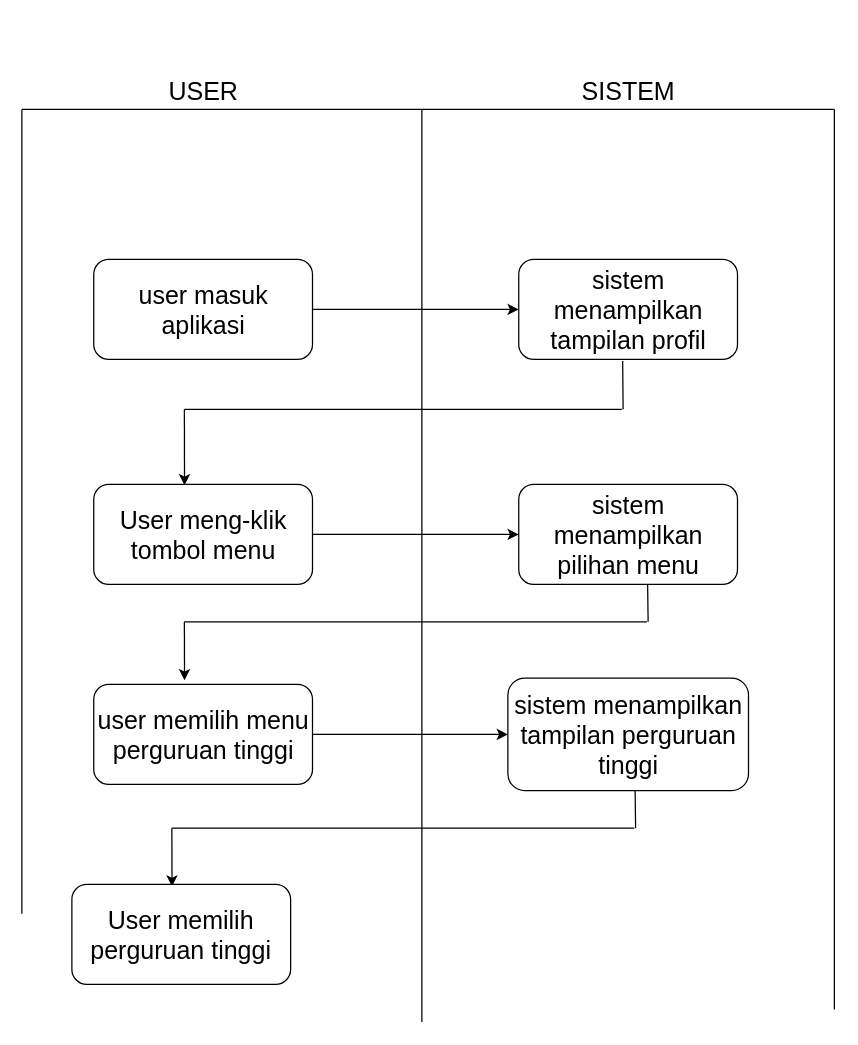
Before: flowchart Diagram.drawio in dickisepto/Latihan-GIT, a draw.io diagram. Source tidied: cells renumbered, new cells numbered last; positions are measured from the earlier drawing's top-left corner, leaving out a move shared by most shapes. Both pictures are drawn from the tidied source at 125%, with x=0, y=0 at pixel (21, 71).
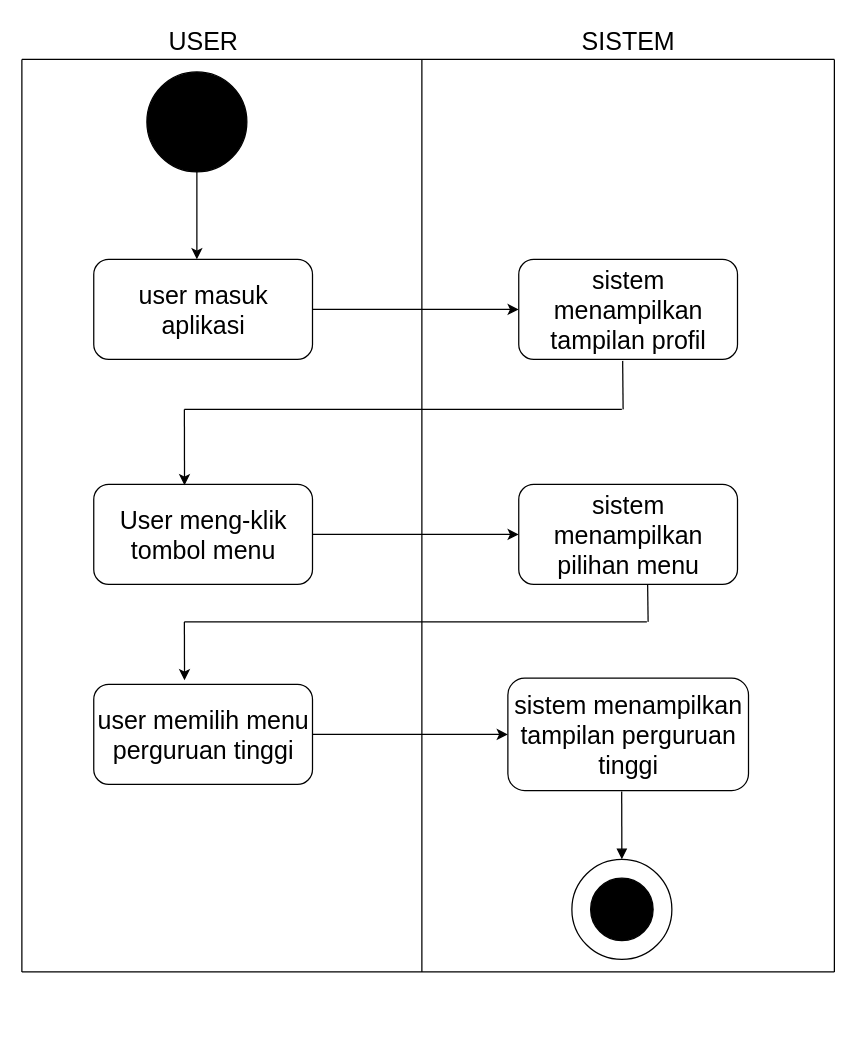
The same diagram, later.

The change refers to these unchanged cells:
```xml
<mxCell id="16" value="sistem menampilkan tampilan perguruan tinggi" style="rounded=1;whiteSpace=wrap;html=1;fontSize=20;" parent="1" vertex="1">
  <mxGeometry x="388.8" y="485" width="192.5" height="90" as="geometry" />
</mxCell>
```

What changed in the source:
```diff
@@
+    <mxCell id="27" style="ellipse;whiteSpace=wrap;html=1;fillColor=#FFFFFF;" parent="1" vertex="1">
+      <mxGeometry x="440" y="630" width="80" height="80" as="geometry" />
+    </mxCell>
     <mxCell id="2" style="endArrow=none;html=1;rounded=0;" parent="1" edge="1">
       <mxGeometry relative="1" as="geometry">
-        <mxPoint y="30" as="sourcePoint" />
-        <mxPoint x="650" y="30" as="targetPoint" />
+        <mxPoint y="-10" as="sourcePoint" />
+        <mxPoint x="650" y="-10" as="targetPoint" />
       </mxGeometry>
     </mxCell>
     <mxCell id="3" value="SISTEM" style="text;html=1;align=center;verticalAlign=middle;strokeColor=none;fillColor=none;fontSize=20;" parent="1" vertex="1">
-      <mxGeometry x="440" width="90" height="30" as="geometry" />
+      <mxGeometry x="440" y="-40" width="90" height="30" as="geometry" />
     </mxCell>
     <mxCell id="4" value="&lt;font style=&quot;font-size: 20px&quot;&gt;USER&lt;/font&gt;" style="text;html=1;align=center;verticalAlign=middle;strokeColor=none;fillColor=none;fontSize=13;" parent="1" vertex="1">
-      <mxGeometry x="110" y="5" width="70" height="20" as="geometry" />
+      <mxGeometry x="110" y="-35" width="70" height="20" as="geometry" />
     </mxCell>
     <mxCell id="5" style="endArrow=none;html=1;rounded=0;fontSize=20;" parent="1" edge="1">
       <mxGeometry relative="1" as="geometry">
-        <mxPoint y="673.5" as="sourcePoint" />
-        <mxPoint y="30" as="targetPoint" />
+        <mxPoint y="720" as="sourcePoint" />
+        <mxPoint y="-10" as="targetPoint" />
       </mxGeometry>
     </mxCell>
     <mxCell id="6" style="endArrow=none;html=1;rounded=0;fontSize=20;" parent="1" edge="1">
       <mxGeometry relative="1" as="geometry">
-        <mxPoint x="320" y="760" as="sourcePoint" />
-        <mxPoint x="320" y="30" as="targetPoint" />
+        <mxPoint x="320" y="720" as="sourcePoint" />
+        <mxPoint x="320" y="-10" as="targetPoint" />
       </mxGeometry>
     </mxCell>
     <mxCell id="7" style="endArrow=none;html=1;rounded=0;fontSize=20;" parent="1" edge="1">
       <mxGeometry relative="1" as="geometry">
-        <mxPoint x="650" y="750" as="sourcePoint" />
-        <mxPoint x="650" y="30" as="targetPoint" />
+        <mxPoint x="650" y="720" as="sourcePoint" />
+        <mxPoint x="650" y="-10" as="targetPoint" />
       </mxGeometry>
     </mxCell>
@@
-    <mxCell id="23" style="endArrow=none;html=1;rounded=0;fontSize=20;entryX=0.475;entryY=1.015;entryDx=0;entryDy=0;entryPerimeter=0;" parent="1" edge="1">
-      <mxGeometry relative="1" as="geometry">
-        <mxPoint x="491" y="605" as="sourcePoint" />
-        <mxPoint x="490.6" y="575" as="targetPoint" />
-      </mxGeometry>
-    </mxCell>
-    <mxCell id="24" style="endArrow=none;html=1;rounded=0;fontSize=20;" parent="1" edge="1">
-      <mxGeometry relative="1" as="geometry">
-        <mxPoint x="120" y="605" as="sourcePoint" />
-        <mxPoint x="490" y="605" as="targetPoint" />
-      </mxGeometry>
-    </mxCell>
-    <mxCell id="25" style="endArrow=classic;html=1;rounded=0;fontSize=20;entryX=0.415;entryY=-0.041;entryDx=0;entryDy=0;entryPerimeter=0;" parent="1" edge="1">
-      <mxGeometry relative="1" as="geometry">
-        <mxPoint x="120" y="605" as="sourcePoint" />
-        <mxPoint x="120.1" y="651.7" as="targetPoint" />
-      </mxGeometry>
-    </mxCell>
-    <mxCell id="26" value="User memilih perguruan tinggi " style="rounded=1;whiteSpace=wrap;html=1;fontSize=20;" parent="1" vertex="1">
-      <mxGeometry x="40" y="650" width="175" height="80" as="geometry" />
-    </mxCell>
+    <mxCell id="28" style="ellipse;whiteSpace=wrap;html=1;fillColor=#000000;" parent="1" vertex="1">
+      <mxGeometry x="100" width="80" height="80" as="geometry" />
+    </mxCell>
+    <mxCell id="29" style="endArrow=none;html=1;rounded=0;entryX=0.5;entryY=1;entryDx=0;entryDy=0;startArrow=classic;startFill=1;" parent="1" edge="1" target="28">
+      <mxGeometry relative="1" as="geometry">
+        <mxPoint x="140" y="150" as="sourcePoint" />
+      </mxGeometry>
+    </mxCell>
+    <mxCell id="30" style="ellipse;whiteSpace=wrap;html=1;fillColor=#000000;" parent="1" vertex="1">
+      <mxGeometry x="455" y="645" width="50" height="50" as="geometry" />
+    </mxCell>
+    <mxCell id="31" style="endArrow=none;html=1;rounded=0;entryX=0.473;entryY=1.007;entryDx=0;entryDy=0;entryPerimeter=0;exitX=0.5;exitY=0;exitDx=0;exitDy=0;startArrow=block;startFill=1;" parent="1" edge="1" source="27" target="16">
+      <mxGeometry relative="1" as="geometry" />
+    </mxCell>
+    <mxCell id="32" style="endArrow=none;html=1;rounded=0;" parent="1" edge="1">
+      <mxGeometry relative="1" as="geometry">
+        <mxPoint y="720" as="sourcePoint" />
+        <mxPoint x="650" y="720" as="targetPoint" />
+      </mxGeometry>
+    </mxCell>
```
